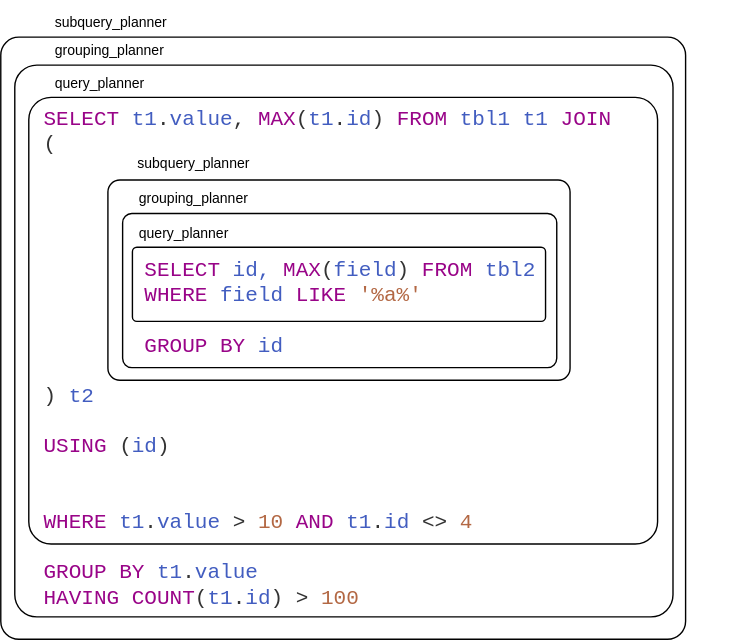
The draw.io diagram PGBootcamp2024/debugging-postgres-planner/img/source-code-query-correlation.svg in ashenBlade/tantor-pg-meetups, before a commit. Source tidied: cells renumbered, new cells last; positions are measured from the earlier drawing's top-left corner, leaving out a move shared by most shapes.
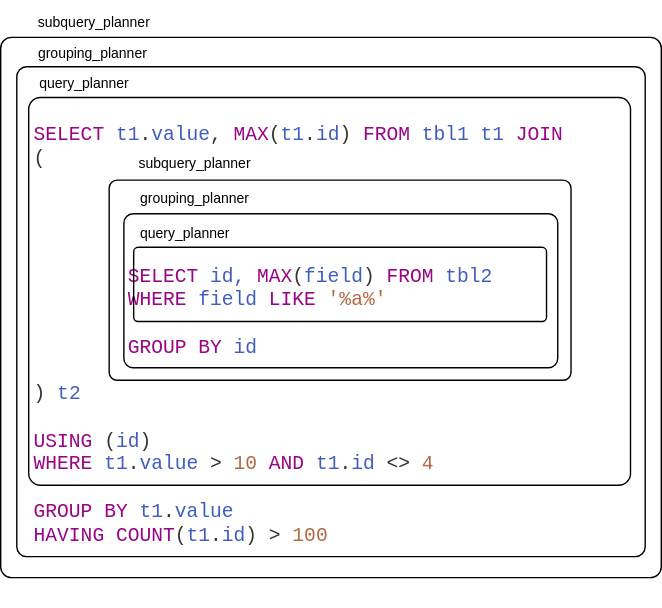
The same file after the commit.

Commit message:
доработал схемы и добавил патчи

Diff of the diagram source:
```diff
@@ -2,33 +2,36 @@
   <root>
     <mxCell id="0" />
     <mxCell id="1" parent="0" />
+    <mxCell id="9" value="&lt;div style=&quot;font-size: 14px;&quot;&gt;&lt;span style=&quot;background-color: initial; font-size: 14px;&quot;&gt;&lt;font color=&quot;#990488&quot; style=&quot;font-size: 14px;&quot;&gt;SELECT&lt;/font&gt; &lt;font color=&quot;#425dc0&quot; style=&quot;font-size: 14px;&quot;&gt;t1&lt;/font&gt;&lt;font color=&quot;#333333&quot; style=&quot;font-size: 14px;&quot;&gt;.&lt;/font&gt;&lt;font color=&quot;#425dc0&quot; style=&quot;font-size: 14px;&quot;&gt;value&lt;/font&gt;&lt;font color=&quot;#333333&quot; style=&quot;font-size: 14px;&quot;&gt;,&lt;/font&gt;&lt;font color=&quot;#990488&quot; style=&quot;font-size: 14px;&quot;&gt; MAX&lt;/font&gt;&lt;font color=&quot;#333333&quot; style=&quot;font-size: 14px;&quot;&gt;(&lt;/font&gt;&lt;font color=&quot;#425dc0&quot; style=&quot;font-size: 14px;&quot;&gt;t1&lt;/font&gt;&lt;font color=&quot;#333333&quot; style=&quot;font-size: 14px;&quot;&gt;.&lt;/font&gt;&lt;font color=&quot;#425dc0&quot; style=&quot;font-size: 14px;&quot;&gt;id&lt;/font&gt;&lt;font color=&quot;#333333&quot; style=&quot;font-size: 14px;&quot;&gt;)&lt;/font&gt;&lt;font color=&quot;#990488&quot; style=&quot;font-size: 14px;&quot;&gt; FROM&lt;/font&gt; &lt;font color=&quot;#425dc0&quot; style=&quot;font-size: 14px;&quot;&gt;tbl1 t1&lt;/font&gt;&lt;font color=&quot;#990488&quot; style=&quot;font-size: 14px;&quot;&gt;&amp;nbsp;&lt;/font&gt;&lt;/span&gt;&lt;span style=&quot;color: rgb(153, 4, 136); background-color: initial; font-size: 14px;&quot;&gt;JOIN&lt;/span&gt;&lt;/div&gt;&lt;font color=&quot;#333333&quot; style=&quot;font-size: 14px;&quot;&gt;(&lt;/font&gt;&lt;div style=&quot;font-size: 14px;&quot;&gt;&lt;font color=&quot;#333333&quot; style=&quot;font-size: 14px;&quot;&gt;&lt;br style=&quot;font-size: 14px;&quot;&gt;&lt;/font&gt;&lt;div style=&quot;font-size: 14px;&quot;&gt;&lt;font color=&quot;#333333&quot; style=&quot;font-size: 14px;&quot;&gt;&lt;br style=&quot;font-size: 14px;&quot;&gt;&lt;/font&gt;&lt;/div&gt;&lt;div style=&quot;font-size: 14px;&quot;&gt;&lt;font color=&quot;#333333&quot; style=&quot;font-size: 14px;&quot;&gt;&lt;br style=&quot;font-size: 14px;&quot;&gt;&lt;/font&gt;&lt;div style=&quot;font-size: 14px;&quot;&gt;&lt;font color=&quot;#990488&quot; style=&quot;background-color: initial; font-size: 14px;&quot;&gt;&lt;br style=&quot;font-size: 14px;&quot;&gt;&lt;/font&gt;&lt;/div&gt;&lt;div style=&quot;font-size: 14px;&quot;&gt;&lt;font color=&quot;#990488&quot; style=&quot;background-color: initial; font-size: 14px;&quot;&gt;&lt;span style=&quot;white-space: pre; font-size: 14px;&quot;&gt;&#9;&lt;/span&gt;SELECT&lt;/font&gt;&lt;span style=&quot;background-color: initial; font-size: 14px;&quot;&gt; &lt;/span&gt;&lt;font color=&quot;#425dc0&quot; style=&quot;background-color: initial; font-size: 14px;&quot;&gt;id, &lt;/font&gt;&lt;font color=&quot;#990488&quot; style=&quot;background-color: initial; font-size: 14px;&quot;&gt;MAX&lt;/font&gt;&lt;font color=&quot;#333333&quot; style=&quot;background-color: initial; font-size: 14px;&quot;&gt;(&lt;/font&gt;&lt;font color=&quot;#425dc0&quot; style=&quot;background-color: initial; font-size: 14px;&quot;&gt;field&lt;/font&gt;&lt;font color=&quot;#333333&quot; style=&quot;background-color: initial; font-size: 14px;&quot;&gt;)&lt;/font&gt;&lt;span style=&quot;background-color: initial; font-size: 14px;&quot;&gt;&amp;nbsp;&lt;/span&gt;&lt;font color=&quot;#990488&quot; style=&quot;background-color: initial; font-size: 14px;&quot;&gt;FROM&lt;/font&gt;&lt;span style=&quot;background-color: initial; font-size: 14px;&quot;&gt; &lt;/span&gt;&lt;font color=&quot;#425dc0&quot; style=&quot;background-color: initial; font-size: 14px;&quot;&gt;tbl2&lt;/font&gt;&lt;span style=&quot;background-color: initial; font-size: 14px;&quot;&gt;&amp;nbsp;&lt;/span&gt;&lt;div style=&quot;font-size: 14px;&quot;&gt;&lt;div style=&quot;font-size: 14px;&quot;&gt;&lt;font color=&quot;#990488&quot; style=&quot;font-size: 14px;&quot;&gt;&lt;span style=&quot;white-space: pre; font-size: 14px;&quot;&gt;&#9;&lt;/span&gt;WHERE&lt;/font&gt;&lt;span style=&quot;background-color: initial; font-size: 14px;&quot;&gt;&amp;nbsp;&lt;/span&gt;&lt;font color=&quot;#425dc0&quot; style=&quot;background-color: initial; font-size: 14px;&quot;&gt;field &lt;/font&gt;&lt;font color=&quot;#990488&quot; style=&quot;background-color: initial; font-size: 14px;&quot;&gt;LIKE&lt;/font&gt;&lt;font color=&quot;#425dc0&quot; style=&quot;background-color: initial; font-size: 14px;&quot;&gt; &lt;/font&gt;&lt;font color=&quot;#b36844&quot; style=&quot;background-color: initial; font-size: 14px;&quot;&gt;'%a%'&lt;/font&gt;&lt;/div&gt;&lt;div style=&quot;font-size: 14px;&quot;&gt;&lt;br style=&quot;font-size: 14px;&quot;&gt;&lt;/div&gt;&lt;div style=&quot;font-size: 14px;&quot;&gt;&lt;font color=&quot;#990488&quot; style=&quot;font-size: 14px;&quot;&gt;&lt;span style=&quot;white-space: pre; font-size: 14px;&quot;&gt;&#9;&lt;/span&gt;GROUP BY&lt;/font&gt;&lt;font color=&quot;#425dc0&quot; style=&quot;font-size: 14px;&quot;&gt; id&lt;/font&gt;&lt;/div&gt;&lt;div style=&quot;font-size: 14px;&quot;&gt;&lt;font color=&quot;#333333&quot; style=&quot;background-color: initial; font-size: 14px;&quot;&gt;&lt;br style=&quot;font-size: 14px;&quot;&gt;&lt;/font&gt;&lt;/div&gt;&lt;div style=&quot;font-size: 14px;&quot;&gt;&lt;font color=&quot;#333333&quot; style=&quot;background-color: initial; font-size: 14px;&quot;&gt;)&lt;/font&gt;&lt;font color=&quot;#990488&quot; style=&quot;background-color: initial; font-size: 14px;&quot;&gt; &lt;/font&gt;&lt;font color=&quot;#425dc0&quot; style=&quot;background-color: initial; font-size: 14px;&quot;&gt;t2&lt;/font&gt;&lt;br style=&quot;font-size: 14px;&quot;&gt;&lt;/div&gt;&lt;div style=&quot;font-size: 14px;&quot;&gt;&lt;div style=&quot;font-size: 14px;&quot;&gt;&lt;font color=&quot;#990488&quot; style=&quot;font-size: 14px;&quot;&gt;&lt;br style=&quot;font-size: 14px;&quot;&gt;&lt;/font&gt;&lt;/div&gt;&lt;div style=&quot;font-size: 14px;&quot;&gt;&lt;font color=&quot;#990488&quot; style=&quot;font-size: 14px;&quot;&gt;USING &lt;/font&gt;&lt;font color=&quot;#333333&quot; style=&quot;font-size: 14px;&quot;&gt;(&lt;/font&gt;&lt;font color=&quot;#425dc0&quot; style=&quot;font-size: 14px;&quot;&gt;id&lt;/font&gt;&lt;font color=&quot;#333333&quot; style=&quot;font-size: 14px;&quot;&gt;)&lt;/font&gt;&lt;/div&gt;&lt;div style=&quot;font-size: 14px;&quot;&gt;&lt;font color=&quot;#990488&quot; style=&quot;font-size: 14px;&quot;&gt;WHERE &lt;/font&gt;&lt;font color=&quot;#425dc0&quot; style=&quot;font-size: 14px;&quot;&gt;t1&lt;/font&gt;&lt;font color=&quot;#333333&quot; style=&quot;font-size: 14px;&quot;&gt;.&lt;/font&gt;&lt;font color=&quot;#425dc0&quot; style=&quot;font-size: 14px;&quot;&gt;value&lt;/font&gt;&lt;font color=&quot;#990488&quot; style=&quot;font-size: 14px;&quot;&gt; &lt;/font&gt;&lt;font color=&quot;#333333&quot; style=&quot;font-size: 14px;&quot;&gt;&amp;gt;&lt;/font&gt;&lt;font color=&quot;#990488&quot; style=&quot;font-size: 14px;&quot;&gt; &lt;/font&gt;&lt;font color=&quot;#b36844&quot; style=&quot;font-size: 14px;&quot;&gt;10 &lt;/font&gt;&lt;font color=&quot;#990488&quot; style=&quot;font-size: 14px;&quot;&gt;AND&lt;/font&gt;&lt;font color=&quot;#b36844&quot; style=&quot;font-size: 14px;&quot;&gt; &lt;/font&gt;&lt;font color=&quot;#425dc0&quot; style=&quot;font-size: 14px;&quot;&gt;t1&lt;/font&gt;&lt;font color=&quot;#333333&quot; style=&quot;font-size: 14px;&quot;&gt;.&lt;/font&gt;&lt;font color=&quot;#425dc0&quot; style=&quot;font-size: 14px;&quot;&gt;id&lt;/font&gt;&lt;font color=&quot;#b36844&quot; style=&quot;font-size: 14px;&quot;&gt; &lt;/font&gt;&lt;font color=&quot;#333333&quot; style=&quot;font-size: 14px;&quot;&gt;&amp;lt;&amp;gt;&lt;/font&gt;&lt;font color=&quot;#b36844&quot; style=&quot;font-size: 14px;&quot;&gt; 4&lt;/font&gt;&lt;/div&gt;&lt;div style=&quot;font-size: 14px;&quot;&gt;&lt;font color=&quot;#990488&quot; style=&quot;font-size: 14px;&quot;&gt;&lt;br style=&quot;font-size: 14px;&quot;&gt;GROUP BY &lt;/font&gt;&lt;font color=&quot;#425dc0&quot; style=&quot;font-size: 14px;&quot;&gt;t1&lt;/font&gt;&lt;font color=&quot;#333333&quot; style=&quot;font-size: 14px;&quot;&gt;.&lt;/font&gt;&lt;font color=&quot;#425dc0&quot; style=&quot;font-size: 14px;&quot;&gt;value&lt;/font&gt;&lt;/div&gt;&lt;div style=&quot;font-size: 14px;&quot;&gt;&lt;font color=&quot;#990488&quot; style=&quot;font-size: 14px;&quot;&gt;HAVING COUNT&lt;/font&gt;&lt;font color=&quot;#333333&quot; style=&quot;font-size: 14px;&quot;&gt;(&lt;/font&gt;&lt;font color=&quot;#425dc0&quot; style=&quot;font-size: 14px;&quot;&gt;t1&lt;/font&gt;&lt;font color=&quot;#333333&quot; style=&quot;font-size: 14px;&quot;&gt;.&lt;/font&gt;&lt;font color=&quot;#425dc0&quot; style=&quot;font-size: 14px;&quot;&gt;id&lt;/font&gt;&lt;font color=&quot;#333333&quot; style=&quot;font-size: 14px;&quot;&gt;)&lt;/font&gt;&lt;font color=&quot;#990488&quot; style=&quot;font-size: 14px;&quot;&gt; &lt;/font&gt;&lt;font color=&quot;#333333&quot; style=&quot;font-size: 14px;&quot;&gt;&amp;gt;&lt;/font&gt;&lt;font color=&quot;#990488&quot; style=&quot;font-size: 14px;&quot;&gt; &lt;/font&gt;&lt;font color=&quot;#b36844&quot; style=&quot;font-size: 14px;&quot;&gt;100&lt;/font&gt;&lt;/div&gt;&lt;/div&gt;&lt;/div&gt;&lt;/div&gt;&lt;/div&gt;&lt;/div&gt;" style="text;html=1;align=left;verticalAlign=middle;whiteSpace=wrap;rounded=0;fontFamily=Courier New;shadow=0;horizontal=1;spacing=2;fontSize=14;" parent="1" vertex="1">
+      <mxGeometry x="20.5" y="44" width="448.5" height="390" as="geometry" />
+    </mxCell>
     <mxCell id="2" value="subquery_planner" style="text;html=1;align=center;verticalAlign=middle;whiteSpace=wrap;rounded=0;fontSize=10;" parent="1" vertex="1">
-      <mxGeometry x="32" width="94" height="30" as="geometry" />
+      <mxGeometry x="19" width="94" height="30" as="geometry" />
     </mxCell>
-    <mxCell id="3" style="rounded=1;whiteSpace=wrap;html=1;fillColor=none;align=left;verticalAlign=top;arcSize=4;" parent="1" vertex="1">
-      <mxGeometry x="10" y="46" width="470" height="394" as="geometry" />
+    <mxCell id="3" style="rounded=1;whiteSpace=wrap;html=1;fillColor=none;align=left;verticalAlign=top;arcSize=2;" parent="1" vertex="1">
+      <mxGeometry x="10.5" y="47" width="449" height="350" as="geometry" />
     </mxCell>
     <mxCell id="4" value="query_planner" style="text;html=1;align=center;verticalAlign=middle;whiteSpace=wrap;rounded=0;fontSize=10;" parent="1" vertex="1">
-      <mxGeometry x="29" y="44" width="84" height="30" as="geometry" />
+      <mxGeometry x="17" y="44" width="84" height="30" as="geometry" />
     </mxCell>
-    <mxCell id="5" style="rounded=1;whiteSpace=wrap;html=1;fillColor=none;align=left;verticalAlign=top;arcSize=3;" parent="1" vertex="1">
-      <mxGeometry y="26" width="489" height="430" as="geometry" />
+    <mxCell id="5" style="rounded=1;whiteSpace=wrap;html=1;fillColor=none;align=left;verticalAlign=top;arcSize=2;" parent="1" vertex="1">
+      <mxGeometry x="-1" y="26" width="472" height="386" as="geometry" />
     </mxCell>
     <mxCell id="6" value="grouping_planner" style="text;html=1;align=center;verticalAlign=middle;whiteSpace=wrap;rounded=0;fontSize=10;" parent="1" vertex="1">
-      <mxGeometry x="34" y="20" width="88" height="30" as="geometry" />
+      <mxGeometry x="20.5" y="22" width="88" height="30" as="geometry" />
     </mxCell>
-    <mxCell id="7" style="rounded=1;whiteSpace=wrap;html=1;fillColor=none;align=left;verticalAlign=top;arcSize=5;" parent="1" vertex="1">
-      <mxGeometry x="20" y="69" width="449" height="319" as="geometry" />
+    <mxCell id="7" style="rounded=1;whiteSpace=wrap;html=1;fillColor=none;align=left;verticalAlign=top;arcSize=3;" parent="1" vertex="1">
+      <mxGeometry x="19" y="69" width="430" height="277" as="geometry" />
     </mxCell>
     <mxCell id="8" value="subquery_planner" style="text;html=1;align=center;verticalAlign=middle;whiteSpace=wrap;rounded=0;fontSize=10;" parent="1" vertex="1">
       <mxGeometry x="87" y="101" width="102" height="30" as="geometry" />
     </mxCell>
-    <mxCell id="9" value="&lt;div style=&quot;font-size: 15px;&quot;&gt;&lt;span style=&quot;background-color: initial; font-size: 15px;&quot;&gt;&lt;font color=&quot;#990488&quot;&gt;SELECT&lt;/font&gt; &lt;font color=&quot;#425dc0&quot;&gt;t1&lt;/font&gt;&lt;font color=&quot;#333333&quot;&gt;.&lt;/font&gt;&lt;font color=&quot;#425dc0&quot;&gt;value&lt;/font&gt;&lt;font color=&quot;#333333&quot;&gt;,&lt;/font&gt;&lt;font color=&quot;#990488&quot;&gt; MAX&lt;/font&gt;&lt;font color=&quot;#333333&quot;&gt;(&lt;/font&gt;&lt;font color=&quot;#425dc0&quot;&gt;t1&lt;/font&gt;&lt;font color=&quot;#333333&quot;&gt;.&lt;/font&gt;&lt;font color=&quot;#425dc0&quot;&gt;id&lt;/font&gt;&lt;font color=&quot;#333333&quot;&gt;)&lt;/font&gt;&lt;font color=&quot;#990488&quot;&gt; FROM&lt;/font&gt; &lt;font color=&quot;#425dc0&quot;&gt;tbl1 t1&lt;/font&gt;&lt;font color=&quot;#990488&quot;&gt;&amp;nbsp;&lt;/font&gt;&lt;/span&gt;&lt;span style=&quot;color: rgb(153, 4, 136); background-color: initial; font-size: 15px;&quot;&gt;JOIN&lt;/span&gt;&lt;/div&gt;&lt;font color=&quot;#333333&quot;&gt;(&lt;/font&gt;&lt;div&gt;&lt;font color=&quot;#333333&quot;&gt;&lt;br&gt;&lt;/font&gt;&lt;div&gt;&lt;font color=&quot;#333333&quot;&gt;&lt;br&gt;&lt;/font&gt;&lt;/div&gt;&lt;div&gt;&lt;font color=&quot;#333333&quot;&gt;&lt;br&gt;&lt;/font&gt;&lt;div&gt;&lt;font style=&quot;background-color: initial;&quot; color=&quot;#990488&quot;&gt;&lt;br&gt;&lt;/font&gt;&lt;/div&gt;&lt;div&gt;&lt;font style=&quot;background-color: initial;&quot; color=&quot;#990488&quot;&gt;&lt;span style=&quot;white-space: pre;&quot;&gt;&#9;&lt;/span&gt;SELECT&lt;/font&gt;&lt;span style=&quot;background-color: initial;&quot;&gt; &lt;/span&gt;&lt;font style=&quot;background-color: initial;&quot; color=&quot;#425dc0&quot;&gt;id, &lt;/font&gt;&lt;font style=&quot;background-color: initial;&quot; color=&quot;#990488&quot;&gt;MAX&lt;/font&gt;&lt;font style=&quot;background-color: initial;&quot; color=&quot;#333333&quot;&gt;(&lt;/font&gt;&lt;font style=&quot;background-color: initial;&quot; color=&quot;#425dc0&quot;&gt;field&lt;/font&gt;&lt;font style=&quot;background-color: initial;&quot; color=&quot;#333333&quot;&gt;)&lt;/font&gt;&lt;span style=&quot;background-color: initial;&quot;&gt;&amp;nbsp;&lt;/span&gt;&lt;font style=&quot;background-color: initial;&quot; color=&quot;#990488&quot;&gt;FROM&lt;/font&gt;&lt;span style=&quot;background-color: initial;&quot;&gt; &lt;/span&gt;&lt;font style=&quot;background-color: initial;&quot; color=&quot;#425dc0&quot;&gt;tbl2&lt;/font&gt;&lt;span style=&quot;background-color: initial;&quot;&gt;&amp;nbsp;&lt;/span&gt;&lt;div&gt;&lt;div&gt;&lt;font color=&quot;#990488&quot;&gt;&lt;span style=&quot;white-space: pre;&quot;&gt;&#9;&lt;/span&gt;WHERE&lt;/font&gt;&lt;span style=&quot;background-color: initial;&quot;&gt;&amp;nbsp;&lt;/span&gt;&lt;font style=&quot;background-color: initial;&quot; color=&quot;#425dc0&quot;&gt;field &lt;/font&gt;&lt;font style=&quot;background-color: initial;&quot; color=&quot;#990488&quot;&gt;LIKE&lt;/font&gt;&lt;font style=&quot;background-color: initial;&quot; color=&quot;#425dc0&quot;&gt; &lt;/font&gt;&lt;font style=&quot;background-color: initial;&quot; color=&quot;#b36844&quot;&gt;'%a%'&lt;/font&gt;&lt;/div&gt;&lt;div&gt;&lt;br&gt;&lt;/div&gt;&lt;div&gt;&lt;font color=&quot;#990488&quot;&gt;&lt;span style=&quot;white-space: pre;&quot;&gt;&#9;&lt;/span&gt;GROUP BY&lt;/font&gt;&lt;font color=&quot;#425dc0&quot;&gt; id&lt;/font&gt;&lt;/div&gt;&lt;div&gt;&lt;font style=&quot;background-color: initial;&quot; color=&quot;#333333&quot;&gt;&lt;br&gt;&lt;/font&gt;&lt;/div&gt;&lt;div&gt;&lt;font style=&quot;background-color: initial;&quot; color=&quot;#333333&quot;&gt;)&lt;/font&gt;&lt;font style=&quot;background-color: initial;&quot; color=&quot;#990488&quot;&gt; &lt;/font&gt;&lt;font style=&quot;background-color: initial;&quot; color=&quot;#425dc0&quot;&gt;t2&lt;/font&gt;&lt;br&gt;&lt;/div&gt;&lt;div&gt;&lt;div&gt;&lt;font color=&quot;#990488&quot;&gt;&lt;br&gt;&lt;/font&gt;&lt;/div&gt;&lt;div&gt;&lt;font color=&quot;#990488&quot;&gt;USING &lt;/font&gt;&lt;font color=&quot;#333333&quot;&gt;(&lt;/font&gt;&lt;font color=&quot;#425dc0&quot;&gt;id&lt;/font&gt;&lt;font color=&quot;#333333&quot;&gt;)&lt;/font&gt;&lt;/div&gt;&lt;div&gt;&lt;font color=&quot;#990488&quot;&gt;&lt;br&gt;&lt;/font&gt;&lt;/div&gt;&lt;div&gt;&lt;font color=&quot;#990488&quot;&gt;&lt;br&gt;&lt;/font&gt;&lt;/div&gt;&lt;div&gt;&lt;font color=&quot;#990488&quot;&gt;WHERE &lt;/font&gt;&lt;font color=&quot;#425dc0&quot;&gt;t1&lt;/font&gt;&lt;font color=&quot;#333333&quot;&gt;.&lt;/font&gt;&lt;font color=&quot;#425dc0&quot;&gt;value&lt;/font&gt;&lt;font color=&quot;#990488&quot;&gt; &lt;/font&gt;&lt;font color=&quot;#333333&quot;&gt;&amp;gt;&lt;/font&gt;&lt;font color=&quot;#990488&quot;&gt; &lt;/font&gt;&lt;font color=&quot;#b36844&quot;&gt;10 &lt;/font&gt;&lt;font color=&quot;#990488&quot;&gt;AND&lt;/font&gt;&lt;font color=&quot;#b36844&quot;&gt; &lt;/font&gt;&lt;font color=&quot;#425dc0&quot;&gt;t1&lt;/font&gt;&lt;font color=&quot;#333333&quot;&gt;.&lt;/font&gt;&lt;font color=&quot;#425dc0&quot;&gt;id&lt;/font&gt;&lt;font color=&quot;#b36844&quot;&gt; &lt;/font&gt;&lt;font color=&quot;#333333&quot;&gt;&amp;lt;&amp;gt;&lt;/font&gt;&lt;font color=&quot;#b36844&quot;&gt; 4&lt;/font&gt;&lt;/div&gt;&lt;div&gt;&lt;font color=&quot;#990488&quot;&gt;&lt;br style=&quot;font-size: 15px;&quot;&gt;GROUP BY &lt;/font&gt;&lt;font color=&quot;#425dc0&quot;&gt;t1&lt;/font&gt;&lt;font color=&quot;#333333&quot;&gt;.&lt;/font&gt;&lt;font color=&quot;#425dc0&quot;&gt;value&lt;/font&gt;&lt;/div&gt;&lt;div&gt;&lt;font color=&quot;#990488&quot;&gt;HAVING COUNT&lt;/font&gt;&lt;font color=&quot;#333333&quot;&gt;(&lt;/font&gt;&lt;font color=&quot;#425dc0&quot;&gt;t1&lt;/font&gt;&lt;font color=&quot;#333333&quot;&gt;.&lt;/font&gt;&lt;font color=&quot;#425dc0&quot;&gt;id&lt;/font&gt;&lt;font color=&quot;#333333&quot;&gt;)&lt;/font&gt;&lt;font color=&quot;#990488&quot;&gt; &lt;/font&gt;&lt;font color=&quot;#333333&quot;&gt;&amp;gt;&lt;/font&gt;&lt;font color=&quot;#990488&quot;&gt; &lt;/font&gt;&lt;font color=&quot;#b36844&quot;&gt;100&lt;/font&gt;&lt;/div&gt;&lt;/div&gt;&lt;/div&gt;&lt;/div&gt;&lt;/div&gt;&lt;/div&gt;" style="text;html=1;align=left;verticalAlign=middle;whiteSpace=wrap;rounded=0;fontFamily=Courier New;shadow=0;horizontal=1;spacing=2;fontSize=15;" parent="1" vertex="1">
-      <mxGeometry x="29" y="61" width="504" height="390" as="geometry" />
-    </mxCell>
     <mxCell id="10" style="rounded=1;whiteSpace=wrap;html=1;fillColor=none;align=left;verticalAlign=top;arcSize=6;" parent="1" vertex="1">
       <mxGeometry x="94" y="176" width="295" height="53" as="geometry" />
     </mxCell>
+    <mxCell id="14" style="rounded=1;whiteSpace=wrap;html=1;fillColor=none;align=left;verticalAlign=top;arcSize=4;" parent="1" vertex="1">
+      <mxGeometry x="76.5" y="128" width="330" height="143" as="geometry" />
+    </mxCell>
     <mxCell id="11" value="query_planner" style="text;html=1;align=center;verticalAlign=middle;whiteSpace=wrap;rounded=0;fontSize=10;" parent="1" vertex="1">
       <mxGeometry x="89" y="151" width="84" height="30" as="geometry" />
     </mxCell>
@@ -38,8 +41,5 @@
     <mxCell id="13" value="grouping_planner" style="text;html=1;align=center;verticalAlign=middle;whiteSpace=wrap;rounded=0;fontSize=10;" parent="1" vertex="1">
       <mxGeometry x="94" y="126" width="88" height="30" as="geometry" />
     </mxCell>
-    <mxCell id="14" style="rounded=1;whiteSpace=wrap;html=1;fillColor=none;align=left;verticalAlign=top;arcSize=6;" parent="1" vertex="1">
-      <mxGeometry x="76.5" y="128" width="330" height="143" as="geometry" />
-    </mxCell>
   </root>
 </mxGraphModel>
```
